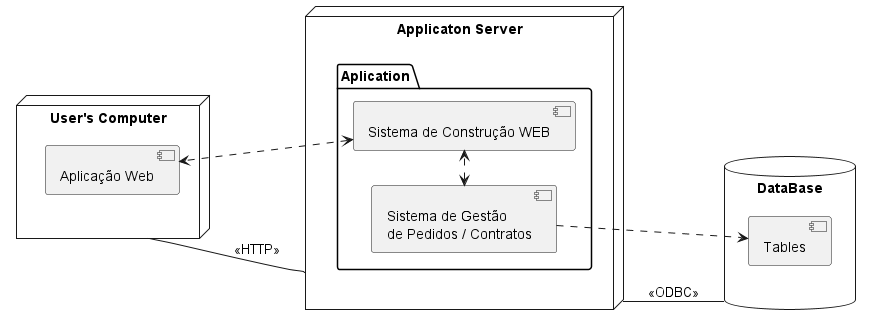
PhilippeVieira/AluguelCarros-LDS keeps this PlantUML diagram as projeto/Prints/PackageDiagram.png. Above is the earlier version.
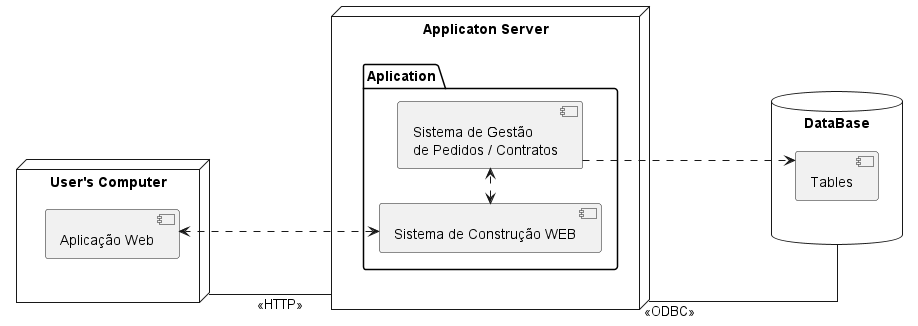
Above is the later version.

What changed in the source:
```diff
@@ -1,5 +1,6 @@
 @startuml
 left to right direction
+skinparam linetype ortho
 
 node "User's Computer" as UC{
     [Aplicação Web] as ClientApp
@@ -15,11 +16,11 @@
     [Tables] as TB
 }
 
-UC -- AS :<<HTTP>>
-AS -- DB : <<ODBC>>
+UC ---- AS :<<HTTP>>
+AS ---- DB :<<ODBC>>
 
 ClientApp <.left.> SW
-SG <.right.> SW
+SG <.left.> SW
 SG ..> TB
 
 @enduml
```
